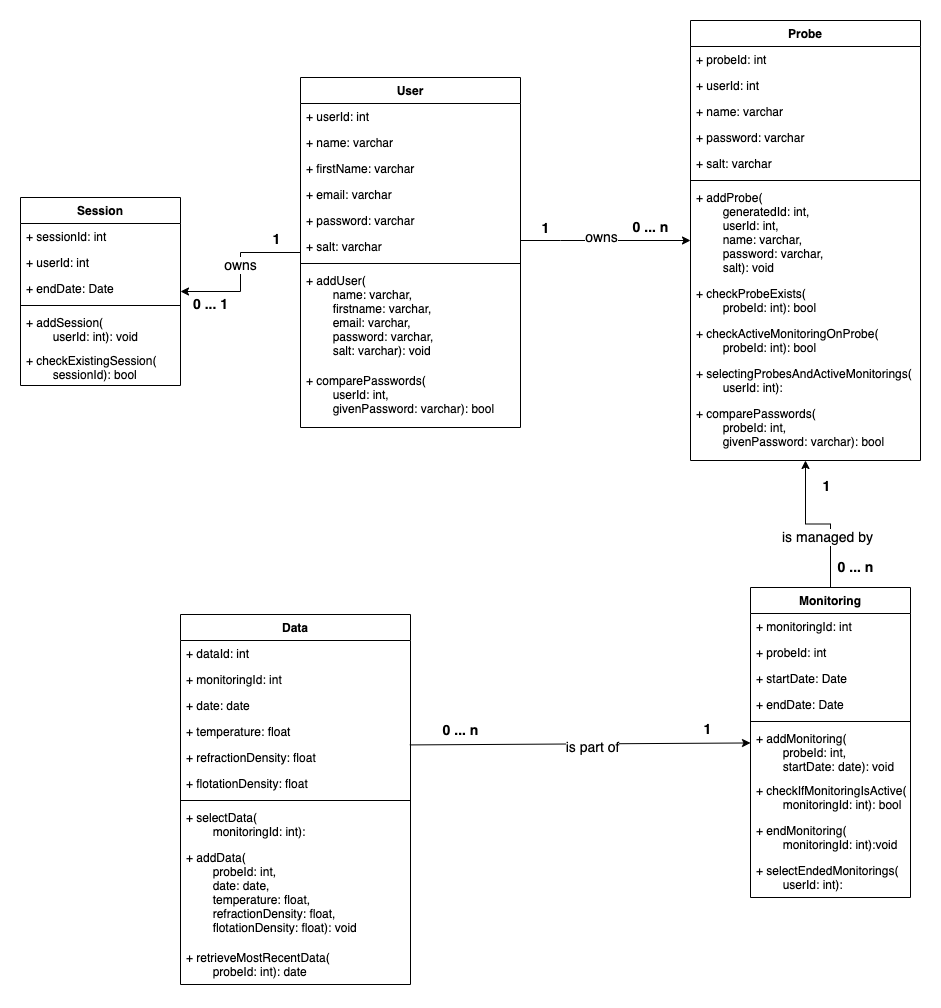
The draw.io diagram docs/schémas db/Classes.png in AlexandreDoneux/TFE, before a commit. Source tidied: cells renumbered, new cells last; positions are measured from the earlier drawing's top-left corner, leaving out a move shared by most shapes.
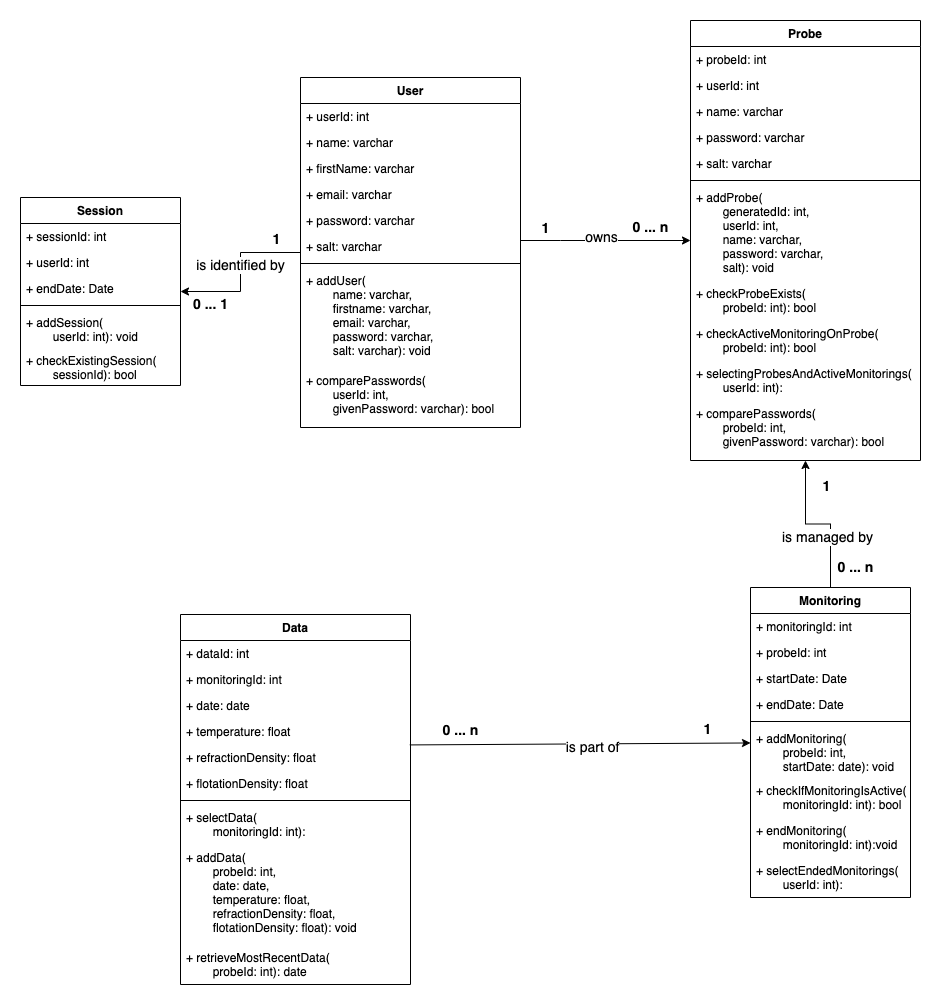
Later version of the same file.

Diff of the diagram source:
```diff
@@ -5,7 +5,7 @@
     <mxCell id="2" style="edgeStyle=orthogonalEdgeStyle;html=1;rounded=0;" parent="1" edge="1" source="6" target="51">
       <mxGeometry relative="1" as="geometry" />
     </mxCell>
-    <mxCell id="3" value="owns" style="edgeLabel;html=1;align=center;verticalAlign=middle;fontSize=14;" parent="2" vertex="1">
+    <mxCell id="3" value="is identified by" style="edgeLabel;html=1;align=center;verticalAlign=middle;fontSize=14;" parent="2" vertex="1">
       <mxGeometry x="-0.02" y="-1" relative="1" as="geometry">
         <mxPoint y="-6" as="offset" />
       </mxGeometry>
```
